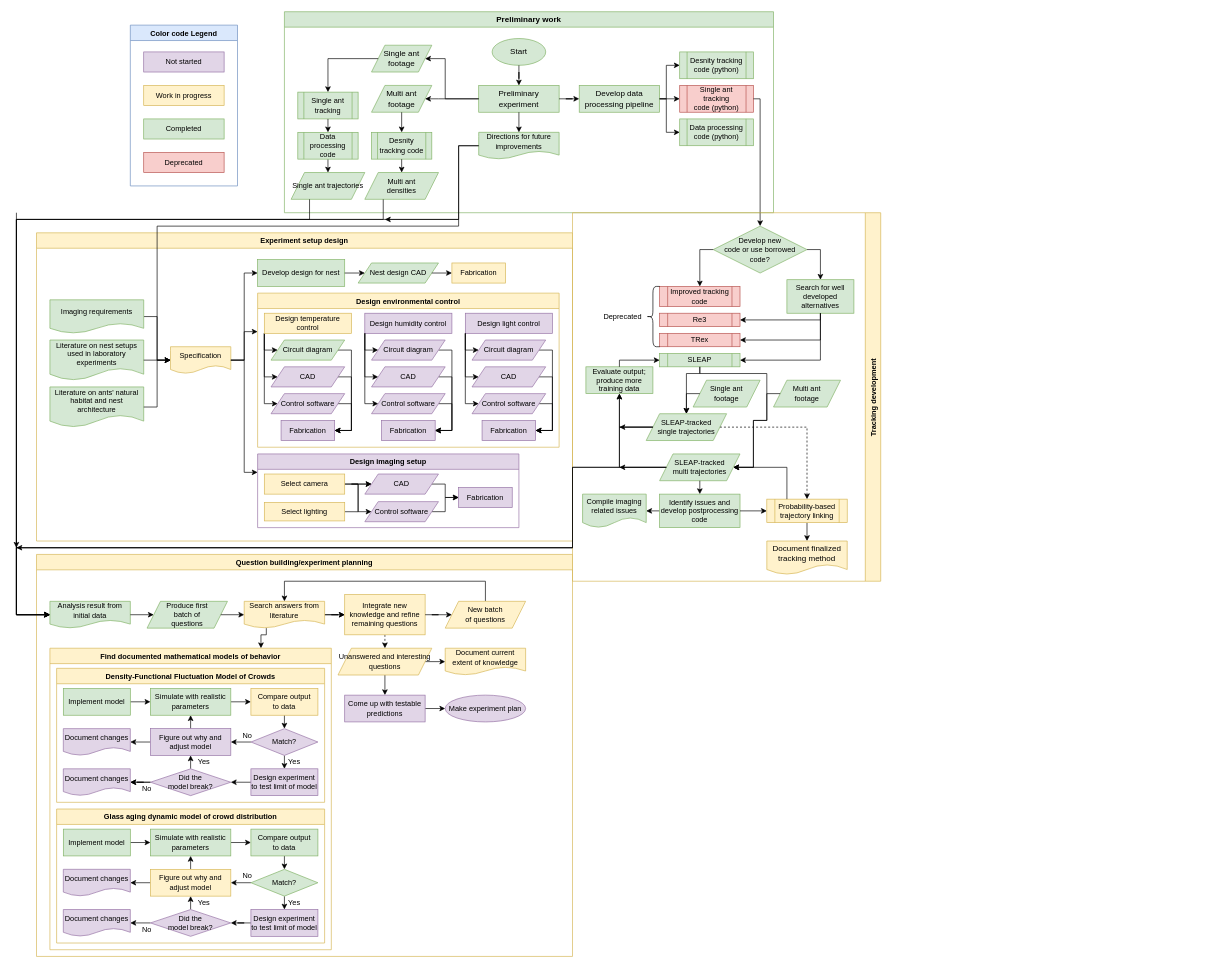
Earlier version of the draw.io diagram research/Progress.drawio (MangledPotat0/diagramsRoot). Source tidied: cells renumbered, new cells numbered last; positions are measured from the earlier drawing's top-left corner, leaving out a move shared by most shapes. Both pictures are drawn from the tidied source at 67%, with x=0, y=0 at pixel (16, 11).
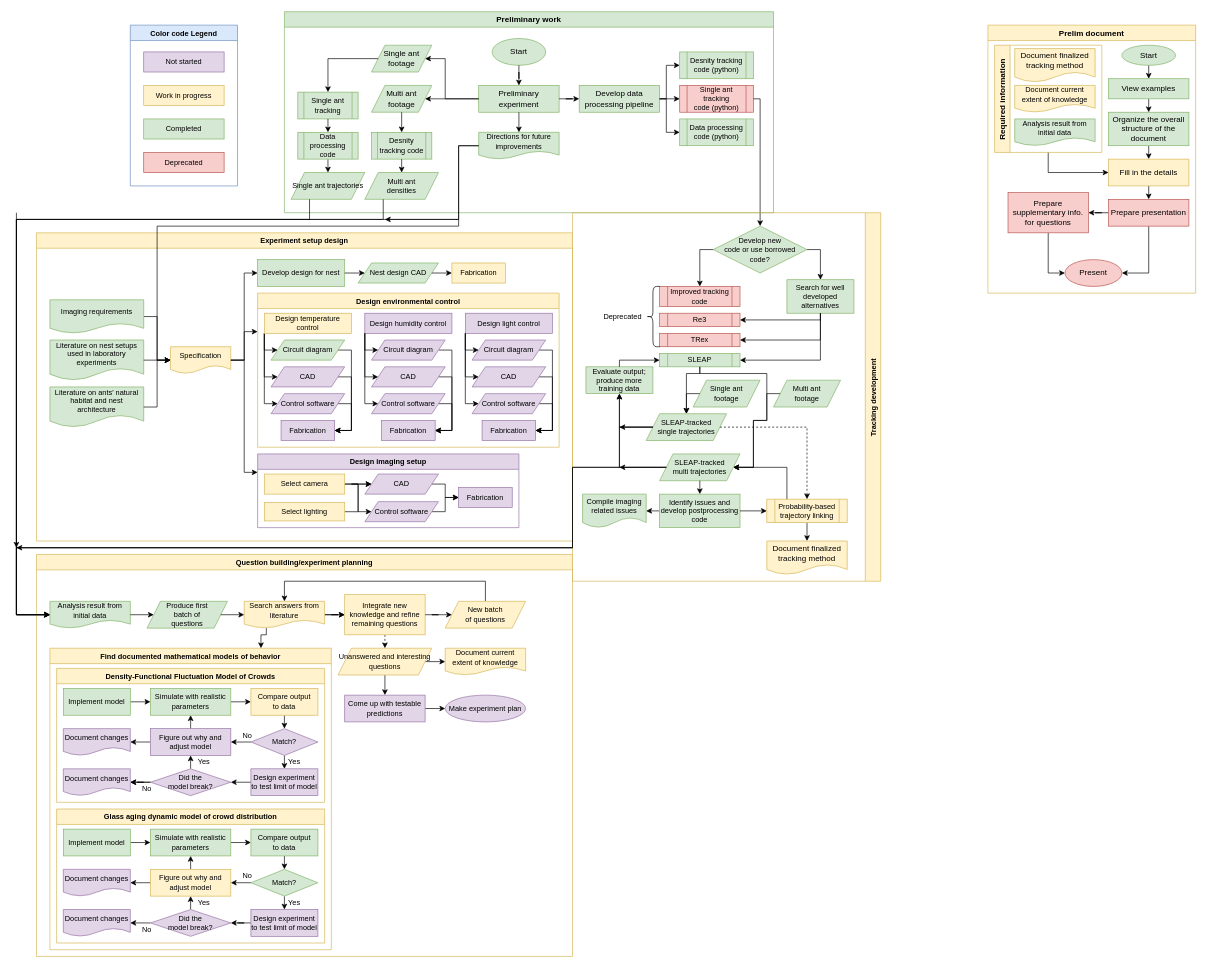
The same diagram, later.

Commit message:
Added steps for prelim prep

What changed in the source:
```diff
@@
+    <mxCell id="216" value="Prelim document" style="swimlane;fillColor=#fff2cc;strokeColor=#d6b656;" parent="1" vertex="1">
+      <mxGeometry x="1450" y="20" width="310" height="400" as="geometry" />
+    </mxCell>
+    <mxCell id="217" style="edgeStyle=orthogonalEdgeStyle;rounded=0;jettySize=auto;html=1;exitX=0.5;exitY=1;exitDx=0;exitDy=0;entryX=0;entryY=0.5;entryDx=0;entryDy=0;" parent="216" edge="1" source="218" target="229">
+      <mxGeometry relative="1" as="geometry" />
+    </mxCell>
+    <mxCell id="218" value="Required information" style="swimlane;horizontal=0;fillColor=#fff2cc;strokeColor=#d6b656;" parent="216" vertex="1">
+      <mxGeometry x="10" y="30" width="160" height="160" as="geometry" />
+    </mxCell>
+    <mxCell id="219" value="Document finalized tracking method" style="shape=document;whiteSpace=wrap;html=1;boundedLbl=1;fillColor=#fff2cc;strokeColor=#d6b656;" parent="218" vertex="1">
+      <mxGeometry x="30" y="5" width="120" height="50" as="geometry" />
+    </mxCell>
+    <mxCell id="220" value="Document current extent of knowledge" style="shape=document;whiteSpace=wrap;html=1;boundedLbl=1;fontSize=11;fillColor=#fff2cc;strokeColor=#d6b656;" parent="218" vertex="1">
+      <mxGeometry x="30" y="60" width="120" height="40" as="geometry" />
+    </mxCell>
+    <mxCell id="221" value="Analysis result from initial data" style="shape=document;whiteSpace=wrap;html=1;boundedLbl=1;fontSize=11;fillColor=#d5e8d4;strokeColor=#82b366;" parent="218" vertex="1">
+      <mxGeometry x="30" y="110" width="120" height="40" as="geometry" />
+    </mxCell>
+    <mxCell id="222" style="edgeStyle=orthogonalEdgeStyle;rounded=0;jettySize=auto;html=1;exitX=0.5;exitY=1;exitDx=0;exitDy=0;entryX=0.5;entryY=0;entryDx=0;entryDy=0;" parent="216" edge="1" source="223" target="227">
+      <mxGeometry relative="1" as="geometry" />
+    </mxCell>
+    <mxCell id="223" value="Start" style="ellipse;whiteSpace=wrap;html=1;fillColor=#d5e8d4;strokeColor=#82b366;" parent="216" vertex="1">
+      <mxGeometry x="200" y="30" width="80" height="30" as="geometry" />
+    </mxCell>
+    <mxCell id="224" style="edgeStyle=orthogonalEdgeStyle;rounded=0;jettySize=auto;html=1;exitX=0.5;exitY=1;exitDx=0;exitDy=0;entryX=0.5;entryY=0;entryDx=0;entryDy=0;" parent="216" edge="1" source="225" target="229">
+      <mxGeometry relative="1" as="geometry" />
+    </mxCell>
+    <mxCell id="225" value="Organize the overall structure of the document" style="rounded=0;whiteSpace=wrap;html=1;fillColor=#d5e8d4;strokeColor=#82b366;" parent="216" vertex="1">
+      <mxGeometry x="180" y="130" width="120" height="50" as="geometry" />
+    </mxCell>
+    <mxCell id="226" style="edgeStyle=orthogonalEdgeStyle;rounded=0;jettySize=auto;html=1;exitX=0.5;exitY=1;exitDx=0;exitDy=0;entryX=0.5;entryY=0;entryDx=0;entryDy=0;" parent="216" edge="1" source="227" target="225">
+      <mxGeometry relative="1" as="geometry" />
+    </mxCell>
+    <mxCell id="227" value="View examples" style="rounded=0;whiteSpace=wrap;html=1;fillColor=#d5e8d4;strokeColor=#82b366;" parent="216" vertex="1">
+      <mxGeometry x="180" y="80" width="120" height="30" as="geometry" />
+    </mxCell>
+    <mxCell id="228" style="edgeStyle=orthogonalEdgeStyle;rounded=0;jettySize=auto;html=1;exitX=0.5;exitY=1;exitDx=0;exitDy=0;entryX=0.5;entryY=0;entryDx=0;entryDy=0;" parent="216" edge="1" source="229" target="232">
+      <mxGeometry relative="1" as="geometry" />
+    </mxCell>
+    <mxCell id="229" value="Fill in the details" style="rounded=0;whiteSpace=wrap;html=1;fillColor=#fff2cc;strokeColor=#d6b656;" parent="216" vertex="1">
+      <mxGeometry x="180" y="200" width="120" height="40" as="geometry" />
+    </mxCell>
+    <mxCell id="230" style="edgeStyle=orthogonalEdgeStyle;rounded=0;jettySize=auto;html=1;exitX=0;exitY=0.5;exitDx=0;exitDy=0;" parent="216" edge="1" source="232" target="234">
+      <mxGeometry relative="1" as="geometry" />
+    </mxCell>
+    <mxCell id="231" style="edgeStyle=orthogonalEdgeStyle;rounded=0;jettySize=auto;html=1;exitX=0.5;exitY=1;exitDx=0;exitDy=0;entryX=1;entryY=0.5;entryDx=0;entryDy=0;" parent="216" edge="1" source="232" target="235">
+      <mxGeometry relative="1" as="geometry" />
+    </mxCell>
+    <mxCell id="232" value="Prepare presentation" style="rounded=0;whiteSpace=wrap;html=1;fillColor=#f8cecc;strokeColor=#b85450;" parent="216" vertex="1">
+      <mxGeometry x="180" y="260" width="120" height="40" as="geometry" />
+    </mxCell>
+    <mxCell id="233" style="edgeStyle=orthogonalEdgeStyle;rounded=0;jettySize=auto;html=1;exitX=0.5;exitY=1;exitDx=0;exitDy=0;entryX=0;entryY=0.5;entryDx=0;entryDy=0;" parent="216" edge="1" source="234" target="235">
+      <mxGeometry relative="1" as="geometry" />
+    </mxCell>
+    <mxCell id="234" value="Prepare supplementary info. for questions" style="rounded=0;whiteSpace=wrap;html=1;fillColor=#f8cecc;strokeColor=#b85450;" parent="216" vertex="1">
+      <mxGeometry x="30" y="250" width="120" height="60" as="geometry" />
+    </mxCell>
+    <mxCell id="235" value="Present" style="ellipse;whiteSpace=wrap;html=1;fillColor=#f8cecc;strokeColor=#b85450;" parent="216" vertex="1">
+      <mxGeometry x="115" y="350" width="85" height="40" as="geometry" />
+    </mxCell>
```
